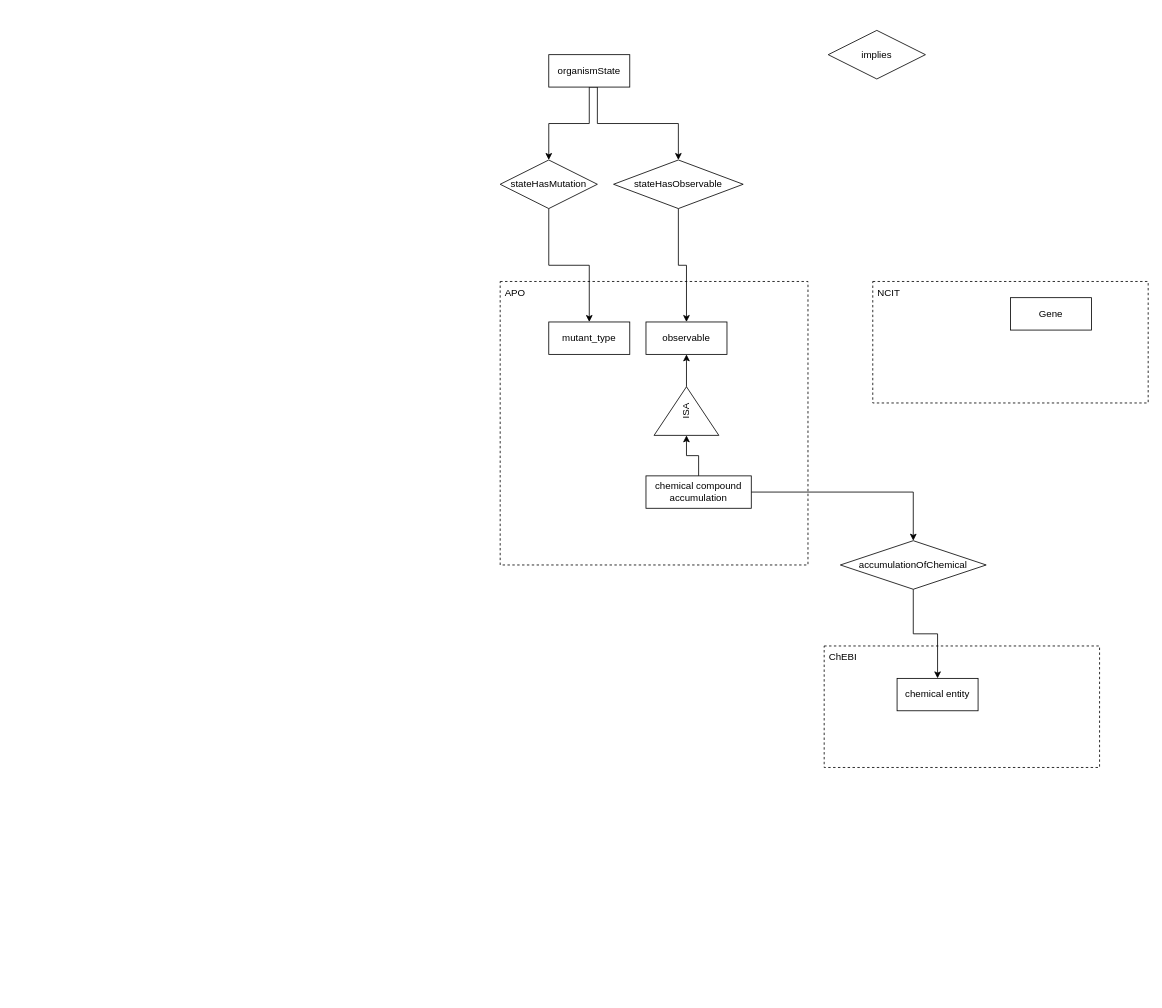
Before: hypothesis-ER-diagram.drawio in AlecGower/hypothesis-ontology, a draw.io diagram. Source tidied: cells renumbered, new cells numbered last; positions are measured from the earlier drawing's top-left corner, leaving out a move shared by most shapes. Both pictures are drawn from the tidied source at 81%, with x=0, y=0 at pixel (500, 30).
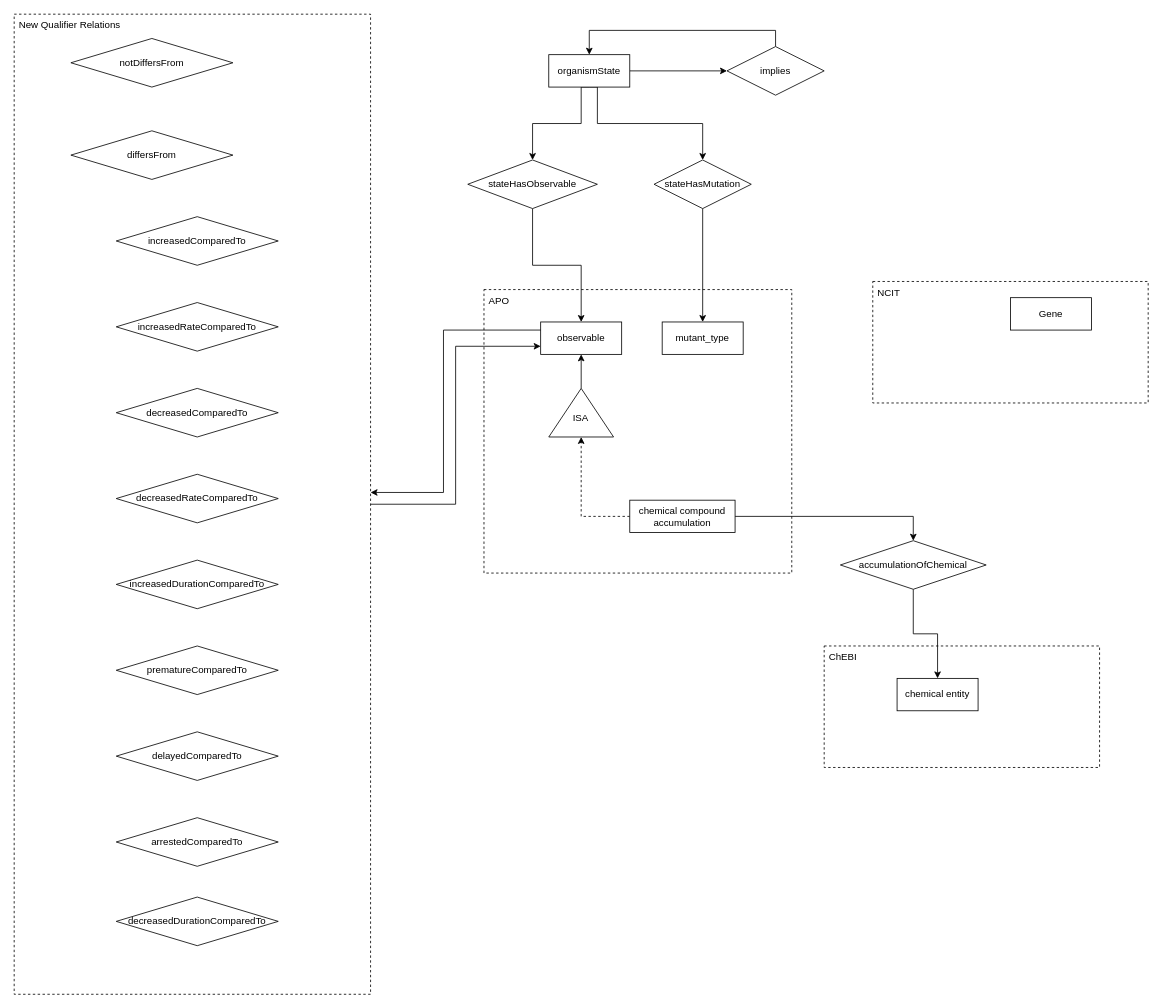
After the change.

Unchanged cells that the change refers to:
```xml
<mxCell id="5" value="&lt;div&gt;organismState&lt;/div&gt;" style="whiteSpace=wrap;html=1;align=center;" parent="1" vertex="1">
  <mxGeometry x="60" y="30" width="100" height="40" as="geometry" />
</mxCell>
<mxCell id="14" value="accumulationOfChemical" style="shape=rhombus;perimeter=rhombusPerimeter;whiteSpace=wrap;html=1;align=center;" parent="1" vertex="1">
  <mxGeometry x="420" y="630" width="180" height="60" as="geometry" />
</mxCell>
```

The edit, as a diff of the source:
```diff
@@
-    <mxCell id="2" style="rounded=0;whiteSpace=wrap;html=1;fillColor=none;dashed=1;" parent="1" vertex="1">
-      <mxGeometry y="310" width="380" height="350" as="geometry" />
-    </mxCell>
+    <mxCell id="27" style="edgeStyle=orthogonalEdgeStyle;rounded=0;jettySize=auto;html=1;exitX=1;exitY=0.5;exitDx=0;exitDy=0;" parent="1" edge="1" source="5" target="12">
+      <mxGeometry relative="1" as="geometry" />
+    </mxCell>
     <mxCell id="3" style="edgeStyle=orthogonalEdgeStyle;rounded=0;jettySize=auto;html=1;exitX=0.5;exitY=1;exitDx=0;exitDy=0;entryX=0.5;entryY=0;entryDx=0;entryDy=0;" parent="1" edge="1" source="5" target="9">
       <mxGeometry relative="1" as="geometry">
         <Array as="points">
-          <mxPoint x="120" y="70" />
-          <mxPoint x="120" y="115" />
-          <mxPoint x="220" y="115" />
+          <mxPoint x="100" y="70" />
+          <mxPoint x="100" y="115" />
+          <mxPoint x="40" y="115" />
         </Array>
       </mxGeometry>
     </mxCell>
-    <mxCell id="4" style="edgeStyle=orthogonalEdgeStyle;rounded=0;jettySize=auto;html=1;entryX=0.5;entryY=0;entryDx=0;entryDy=0;" parent="1" edge="1" source="5" target="11">
-      <mxGeometry relative="1" as="geometry" />
+    <mxCell id="4" style="edgeStyle=orthogonalEdgeStyle;rounded=0;jettySize=auto;html=1;exitX=0.5;exitY=1;exitDx=0;exitDy=0;entryX=0.5;entryY=0;entryDx=0;entryDy=0;" parent="1" edge="1" source="5" target="11">
+      <mxGeometry relative="1" as="geometry">
+        <Array as="points">
+          <mxPoint x="120" y="70" />
+          <mxPoint x="120" y="115" />
+          <mxPoint x="250" y="115" />
+        </Array>
+      </mxGeometry>
     </mxCell>
@@
     <mxCell id="6" value="mutant_type" style="whiteSpace=wrap;html=1;align=center;" parent="1" vertex="1">
-      <mxGeometry x="60" y="360" width="100" height="40" as="geometry" />
+      <mxGeometry x="200" y="360" width="100" height="40" as="geometry" />
     </mxCell>
     <mxCell id="7" value="observable" style="whiteSpace=wrap;html=1;align=center;" parent="1" vertex="1">
-      <mxGeometry x="180" y="360" width="100" height="40" as="geometry" />
+      <mxGeometry x="50" y="360" width="100" height="40" as="geometry" />
     </mxCell>
@@
     <mxCell id="9" value="stateHasObservable" style="shape=rhombus;perimeter=rhombusPerimeter;whiteSpace=wrap;html=1;align=center;" parent="1" vertex="1">
-      <mxGeometry x="140" y="160" width="160" height="60" as="geometry" />
+      <mxGeometry x="-40" y="160" width="160" height="60" as="geometry" />
     </mxCell>
@@
     <mxCell id="11" value="stateHasMutation" style="shape=rhombus;perimeter=rhombusPerimeter;whiteSpace=wrap;html=1;align=center;" parent="1" vertex="1">
-      <mxGeometry y="160" width="120" height="60" as="geometry" />
+      <mxGeometry x="190" y="160" width="120" height="60" as="geometry" />
     </mxCell>
+    <mxCell id="28" style="edgeStyle=orthogonalEdgeStyle;rounded=0;jettySize=auto;html=1;exitX=0.5;exitY=0;exitDx=0;exitDy=0;entryX=0.5;entryY=0;entryDx=0;entryDy=0;" parent="1" edge="1" source="12" target="5">
+      <mxGeometry relative="1" as="geometry" />
+    </mxCell>
     <mxCell id="12" value="implies" style="shape=rhombus;perimeter=rhombusPerimeter;whiteSpace=wrap;html=1;align=center;" parent="1" vertex="1">
-      <mxGeometry x="405" width="120" height="60" as="geometry" />
+      <mxGeometry x="280" y="20" width="120" height="60" as="geometry" />
     </mxCell>
@@
+    <mxCell id="16" style="edgeStyle=orthogonalEdgeStyle;rounded=0;jettySize=auto;html=1;" parent="1" edge="1" source="17" target="14">
+      <mxGeometry relative="1" as="geometry" />
+    </mxCell>
-    <mxCell id="15" style="edgeStyle=orthogonalEdgeStyle;rounded=0;jettySize=auto;html=1;entryX=0;entryY=0.5;entryDx=0;entryDy=0;" parent="1" edge="1" source="17" target="19">
+    <mxCell id="15" style="edgeStyle=orthogonalEdgeStyle;rounded=0;jettySize=auto;html=1;entryX=0;entryY=0.5;entryDx=0;entryDy=0;dashed=1;" parent="1" edge="1" source="17" target="19">
       <mxGeometry relative="1" as="geometry" />
     </mxCell>
-    <mxCell id="16" style="edgeStyle=orthogonalEdgeStyle;rounded=0;jettySize=auto;html=1;" parent="1" edge="1" source="17" target="14">
-      <mxGeometry relative="1" as="geometry" />
-    </mxCell>
     <mxCell id="17" value="chemical compound accumulation" style="whiteSpace=wrap;html=1;align=center;" parent="1" vertex="1">
-      <mxGeometry x="180" y="550" width="130" height="40" as="geometry" />
+      <mxGeometry x="160" y="580" width="130" height="40" as="geometry" />
     </mxCell>
@@
-    <mxCell id="19" value="ISA" style="triangle;whiteSpace=wrap;html=1;rotation=-90;horizontal=1;" parent="1" vertex="1">
-      <mxGeometry x="200" y="430" width="60" height="80" as="geometry" />
+    <mxCell id="19" value="ISA" style="triangle;whiteSpace=wrap;html=1;rotation=-90;horizontal=1;flipV=1;textDirection=vertical-lr;verticalAlign=middle;align=left;spacingLeft=14;" parent="1" vertex="1">
+      <mxGeometry x="70" y="432" width="60" height="80" as="geometry" />
     </mxCell>
@@
-    <mxCell id="22" value="APO" style="text;html=1;align=left;verticalAlign=top;whiteSpace=wrap;rounded=0;labelPosition=center;verticalLabelPosition=middle;spacingLeft=4;" parent="1" vertex="1">
-      <mxGeometry y="310" width="60" height="30" as="geometry" />
-    </mxCell>
@@
+    <mxCell id="29" value="decreasedComparedTo" style="shape=rhombus;perimeter=rhombusPerimeter;whiteSpace=wrap;html=1;align=center;" parent="1" vertex="1">
+      <mxGeometry x="-474" y="442" width="200" height="60" as="geometry" />
+    </mxCell>
+    <mxCell id="30" value="notDiffersFrom" style="shape=rhombus;perimeter=rhombusPerimeter;whiteSpace=wrap;html=1;align=center;" parent="1" vertex="1">
+      <mxGeometry x="-530" y="10" width="200" height="60" as="geometry" />
+    </mxCell>
+    <mxCell id="31" value="arrestedComparedTo" style="shape=rhombus;perimeter=rhombusPerimeter;whiteSpace=wrap;html=1;align=center;" parent="1" vertex="1">
+      <mxGeometry x="-474" y="972" width="200" height="60" as="geometry" />
+    </mxCell>
+    <mxCell id="32" value="delayedComparedTo" style="shape=rhombus;perimeter=rhombusPerimeter;whiteSpace=wrap;html=1;align=center;" parent="1" vertex="1">
+      <mxGeometry x="-474" y="866" width="200" height="60" as="geometry" />
+    </mxCell>
+    <mxCell id="33" value="prematureComparedTo" style="shape=rhombus;perimeter=rhombusPerimeter;whiteSpace=wrap;html=1;align=center;" parent="1" vertex="1">
+      <mxGeometry x="-474" y="760" width="200" height="60" as="geometry" />
+    </mxCell>
+    <mxCell id="34" value="decreasedRateComparedTo" style="shape=rhombus;perimeter=rhombusPerimeter;whiteSpace=wrap;html=1;align=center;" parent="1" vertex="1">
+      <mxGeometry x="-474" y="548" width="200" height="60" as="geometry" />
+    </mxCell>
+    <mxCell id="35" value="increasedDurationComparedTo" style="shape=rhombus;perimeter=rhombusPerimeter;whiteSpace=wrap;html=1;align=center;" parent="1" vertex="1">
+      <mxGeometry x="-474" y="654" width="200" height="60" as="geometry" />
+    </mxCell>
+    <mxCell id="36" value="increasedRateComparedTo" style="shape=rhombus;perimeter=rhombusPerimeter;whiteSpace=wrap;html=1;align=center;" parent="1" vertex="1">
+      <mxGeometry x="-474" y="336" width="200" height="60" as="geometry" />
+    </mxCell>
+    <mxCell id="37" value="increasedComparedTo" style="shape=rhombus;perimeter=rhombusPerimeter;whiteSpace=wrap;html=1;align=center;" parent="1" vertex="1">
+      <mxGeometry x="-474" y="230" width="200" height="60" as="geometry" />
+    </mxCell>
+    <mxCell id="38" value="decreasedDurationComparedTo" style="shape=rhombus;perimeter=rhombusPerimeter;whiteSpace=wrap;html=1;align=center;" parent="1" vertex="1">
+      <mxGeometry x="-474" y="1070" width="200" height="60" as="geometry" />
+    </mxCell>
+    <mxCell id="39" value="&lt;div&gt;differsFrom&lt;/div&gt;" style="shape=rhombus;perimeter=rhombusPerimeter;whiteSpace=wrap;html=1;align=center;" parent="1" vertex="1">
+      <mxGeometry x="-530" y="124" width="200" height="60" as="geometry" />
+    </mxCell>
+    <mxCell id="40" style="edgeStyle=orthogonalEdgeStyle;rounded=0;jettySize=auto;html=1;entryX=0;entryY=0.75;entryDx=0;entryDy=0;" parent="1" edge="1" source="41" target="7">
+      <mxGeometry relative="1" as="geometry" />
+    </mxCell>
+    <mxCell id="41" style="rounded=0;whiteSpace=wrap;html=1;fillColor=none;dashed=1;" parent="1" vertex="1">
+      <mxGeometry x="-600" y="-20" width="440" height="1210" as="geometry" />
+    </mxCell>
+    <mxCell id="42" value="New Qualifier Relations" style="text;html=1;align=left;verticalAlign=top;whiteSpace=wrap;rounded=0;labelPosition=center;verticalLabelPosition=middle;spacingLeft=4;" parent="1" vertex="1">
+      <mxGeometry x="-600" y="-20" width="160" height="30" as="geometry" />
+    </mxCell>
+    <mxCell id="43" style="group;" parent="1" vertex="1">
+      <mxGeometry x="-20" y="320" width="380" height="350" as="geometry" />
+    </mxCell>
+    <mxCell id="22" value="APO" style="text;html=1;align=left;verticalAlign=top;whiteSpace=wrap;rounded=0;labelPosition=center;verticalLabelPosition=middle;spacingLeft=4;" parent="43" vertex="1">
+      <mxGeometry width="170" height="30" as="geometry" />
+    </mxCell>
+    <mxCell id="44" style="rounded=0;whiteSpace=wrap;html=1;fillColor=none;dashed=1;" parent="43" vertex="1">
+      <mxGeometry width="380" height="350" as="geometry" />
+    </mxCell>
+    <mxCell id="45" style="edgeStyle=orthogonalEdgeStyle;rounded=0;jettySize=auto;html=1;exitX=0;exitY=0.25;exitDx=0;exitDy=0;entryX=1;entryY=0.488;entryDx=0;entryDy=0;entryPerimeter=0;" parent="1" edge="1" source="7" target="41">
+      <mxGeometry relative="1" as="geometry">
+        <Array as="points">
+          <mxPoint x="-70" y="370" />
+          <mxPoint x="-70" y="570" />
+        </Array>
+      </mxGeometry>
+    </mxCell>
```
